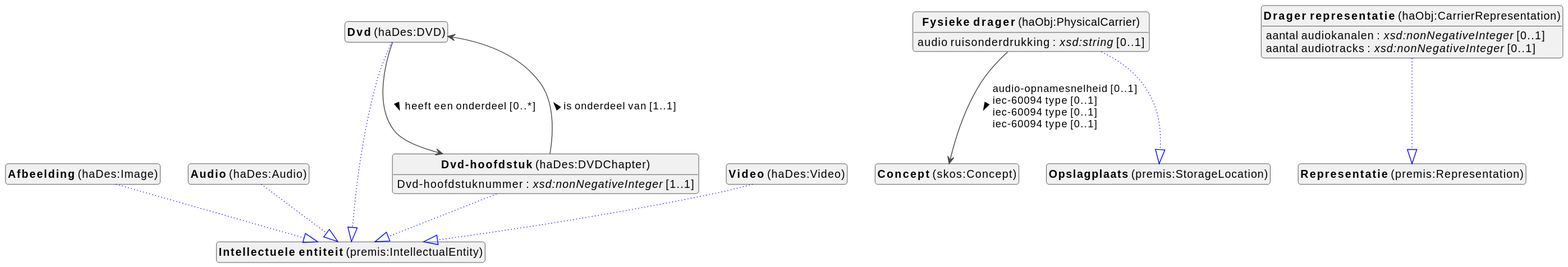
This is docs/metadata/knowledge-graph/1.0.0/audiovisual/nl/audiovisual-diagram.svg from viaacode/documentation, a PlantUML export, as it was before one commit.
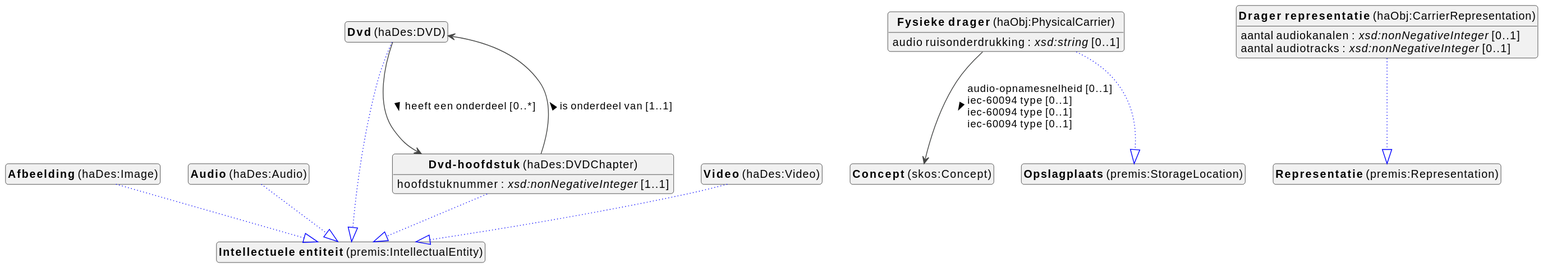
Above is the later version.

Change to the diagram source:
```diff
@@ -46,7 +46,7 @@
 
 haDes_DVDChapter --|> premis_IntellectualEntity #blue;line.dotted;text:blue
 
-haDes_DVDChapter : Dvd-hoofdstuknummer : <i>xsd:nonNegativeInteger</i> [1..1]
+haDes_DVDChapter : hoofdstuknummer : <i>xsd:nonNegativeInteger</i> [1..1]
 haDes_DVDChapter --> haDes_DVD :is onderdeel van [1..1]  >
 
 
```
